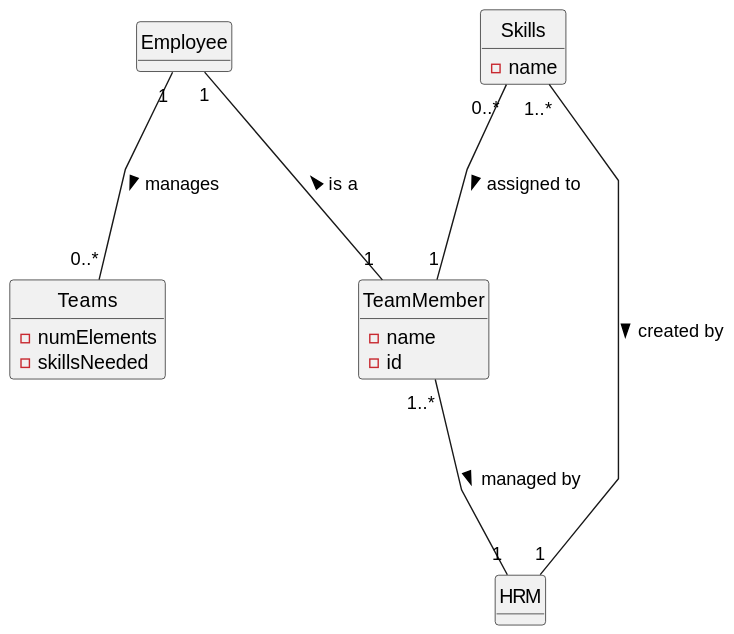
This is docs/sprintA/us005/02.analysis/svg/us005-domain-model.svg from Mendoncaa/LAPR2, a PlantUML export, as it was before one commit.
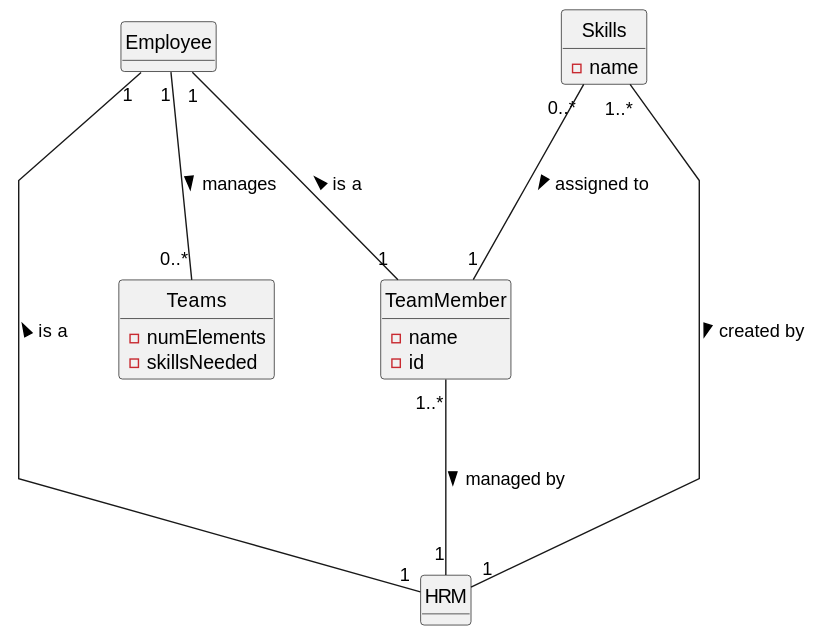
Above is the later version.

Commit message:
US005--> SVG Exerpt domain model fix

What changed in the source:
```diff
@@ -31,4 +31,6 @@
 
 Skills "1..*"---"1" HRM : created by >
 Skills "0..*"---"1" TeamMember : assigned to >
+
+HRM "1"---"1" Employee : is a >
 @enduml
```
